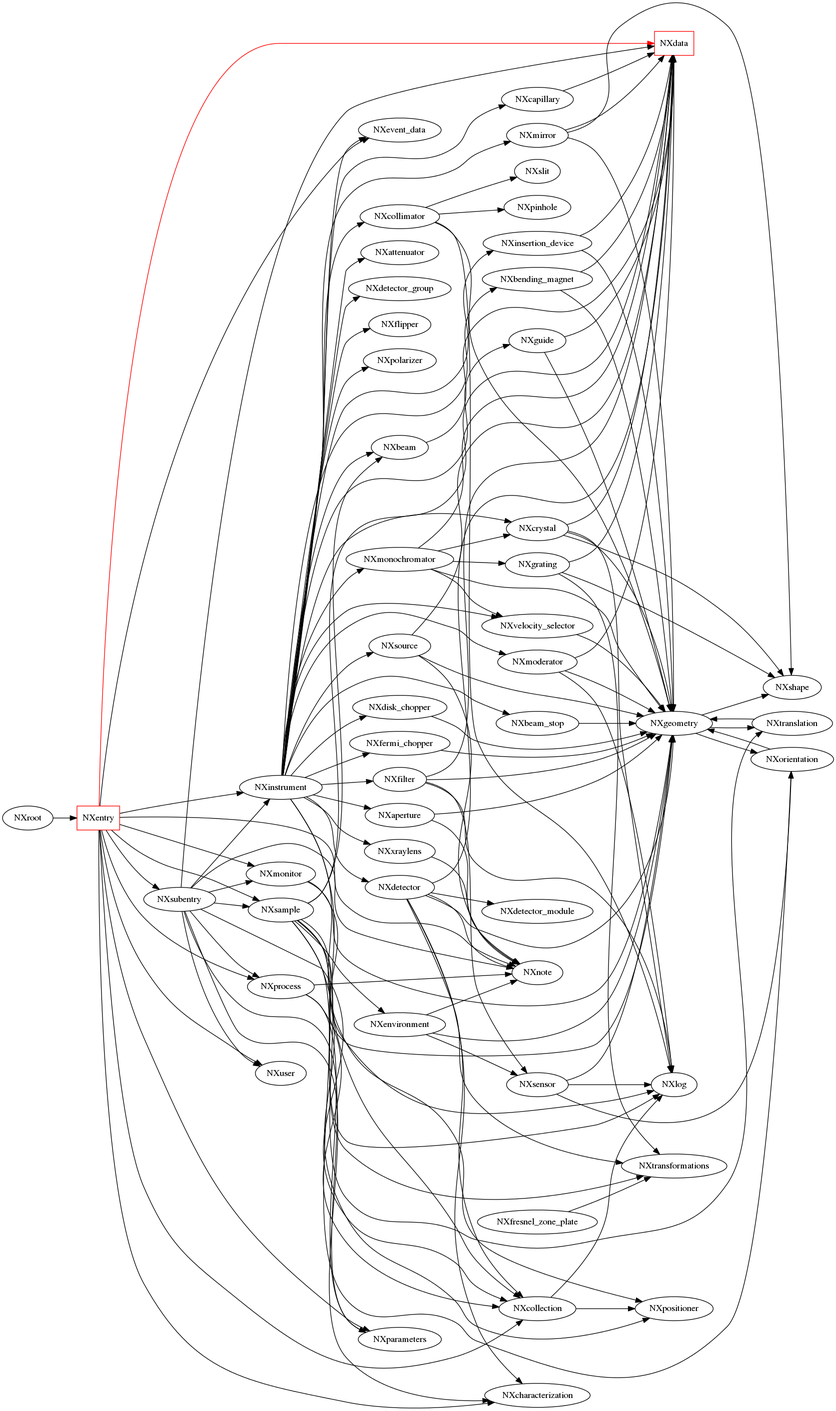
This is docs/source/graphics/base_class_hierarchy.png from prjemian/punx, a Graphviz export, as it was before one commit. Its source is kept beside it as docs/source/graphics/base_class_hierarchy.dot.
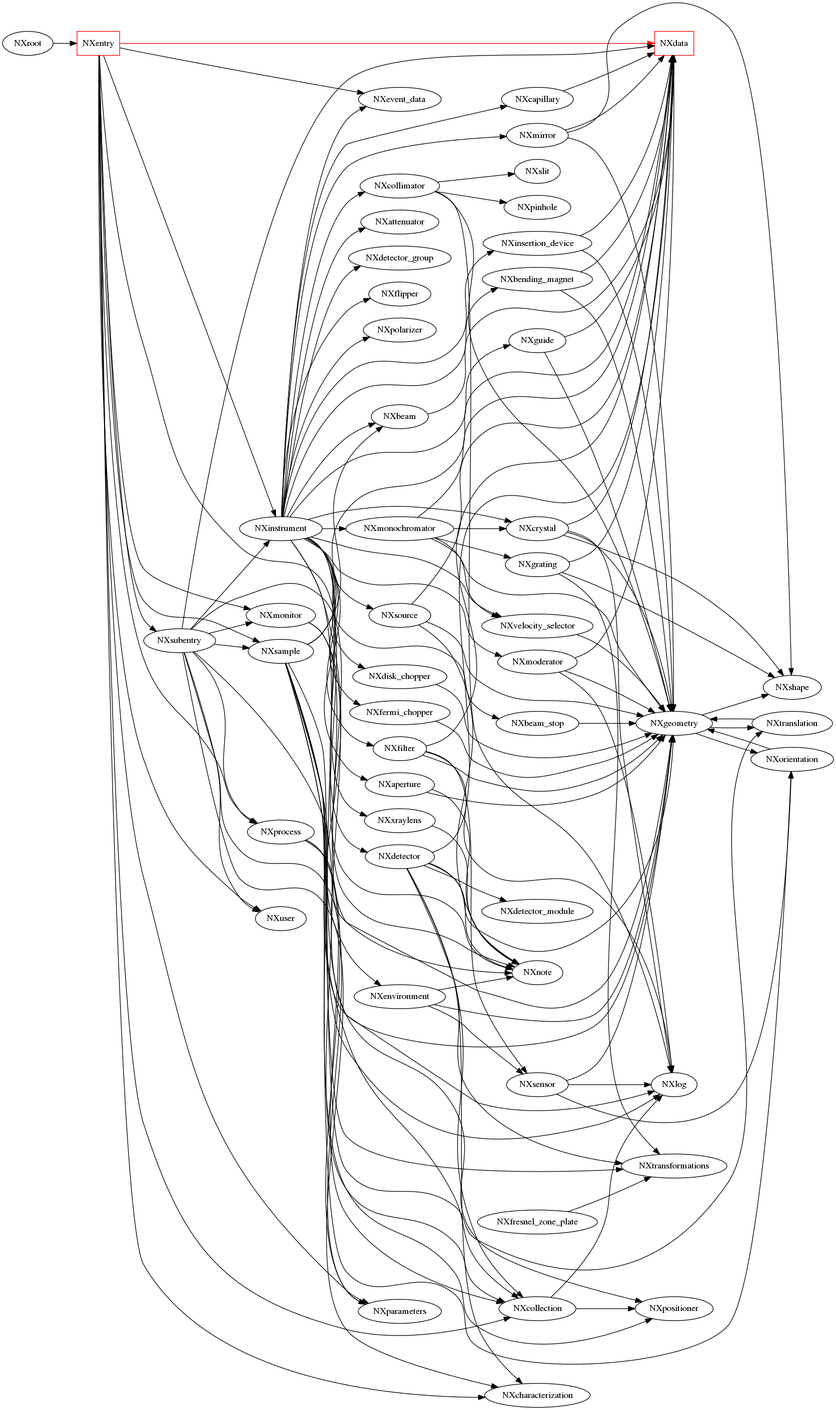
The same diagram one commit later.

Commit message:
increase weighting on NXentry -> NXdata

Change to the diagram source:
```diff
@@ -30,7 +30,7 @@
   NXdisk_chopper -> NXgeometry [weight=1];
   NXentry -> NXcharacterization [weight=1];
   NXentry -> NXcollection [weight=5];
-  NXentry -> NXdata [weight=33,shape=box,style=filled,color=red];
+  NXentry -> NXdata [weight=133,shape=box,style=filled,color=red];
   NXentry -> NXevent_data [weight=1];
   NXentry -> NXinstrument [weight=36];
   NXentry -> NXmonitor [weight=20];
```
